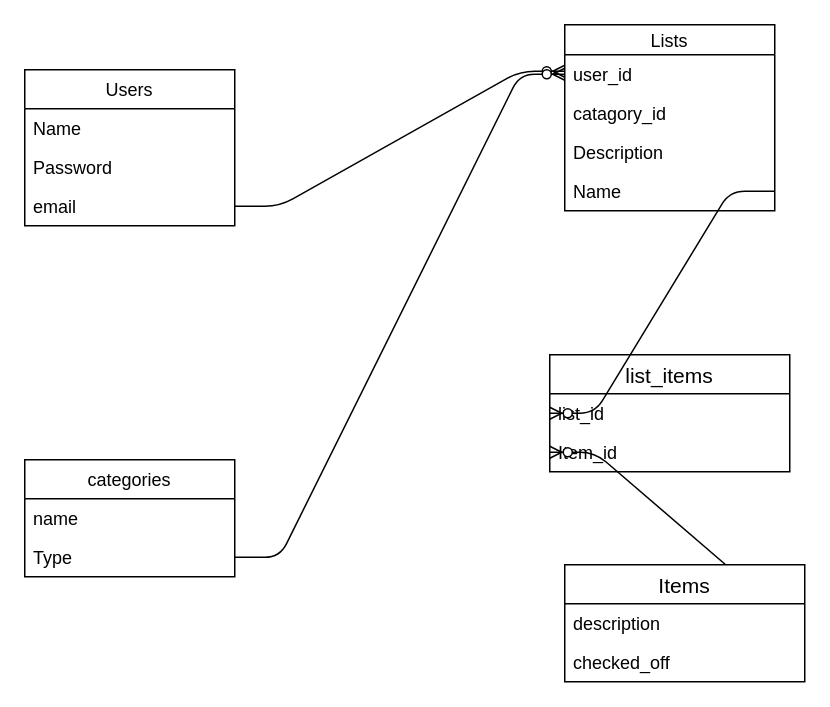
The draw.io diagram DB_Diagram.drawio in wingerwingman/list_project, before the edit. Source tidied: cells renumbered, new cells numbered last; positions are measured from the earlier drawing's top-left corner, leaving out a move shared by most shapes. Both pictures are drawn from the tidied source at 150%, with x=0, y=0 at pixel (24, 24).
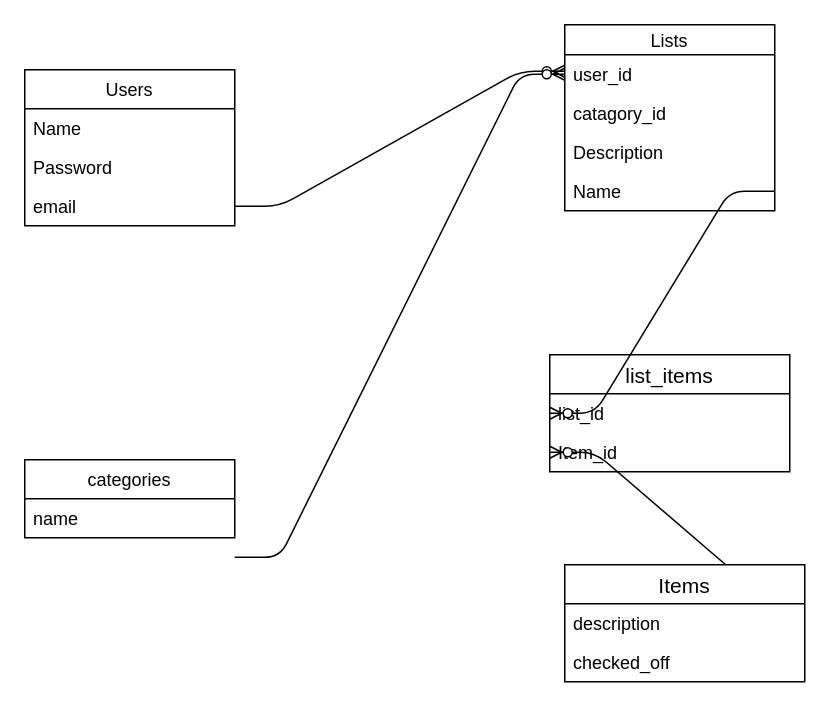
After the change.

Unchanged cells that the change refers to:
```xml
<mxCell id="10" value="user_id" style="text;strokeColor=none;fillColor=none;align=left;verticalAlign=top;spacingLeft=4;spacingRight=4;overflow=hidden;points=[[0,0.5],[1,0.5]];portConstraint=eastwest;" parent="9" vertex="1">
  <mxGeometry y="20" width="140" height="26" as="geometry" />
</mxCell>
```

Change to the diagram source:
```diff
@@
     <mxCell id="6" value="categories" style="swimlane;fontStyle=0;horizontal=1;startSize=26;fillColor=none;" parent="1" vertex="1">
-      <mxGeometry y="290" width="140" height="78" as="geometry" />
+      <mxGeometry y="290" width="140" height="52" as="geometry" />
     </mxCell>
@@
-    <mxCell id="8" value="Type" style="text;strokeColor=none;fillColor=none;align=left;verticalAlign=top;spacingLeft=4;spacingRight=4;overflow=hidden;points=[[0,0.5],[1,0.5]];portConstraint=eastwest;" parent="6" vertex="1">
-      <mxGeometry y="52" width="140" height="26" as="geometry" />
-    </mxCell>
@@
-    <mxCell id="15" style="edgeStyle=entityRelationEdgeStyle;fontSize=12;html=1;endArrow=ERzeroToMany;endFill=1;exitX=1;exitY=0.5;exitDx=0;exitDy=0;entryX=0;entryY=0.5;entryDx=0;entryDy=0;" parent="1" edge="1" source="8" target="10">
-      <mxGeometry relative="1" as="geometry" />
+    <mxCell id="15" style="edgeStyle=entityRelationEdgeStyle;fontSize=12;html=1;endArrow=ERzeroToMany;endFill=1;exitX=1;exitY=0.5;exitDx=0;exitDy=0;entryX=0;entryY=0.5;entryDx=0;entryDy=0;" parent="1" edge="1" target="10">
+      <mxGeometry relative="1" as="geometry">
+        <mxPoint x="140" y="355" as="sourcePoint" />
+      </mxGeometry>
     </mxCell>
```
